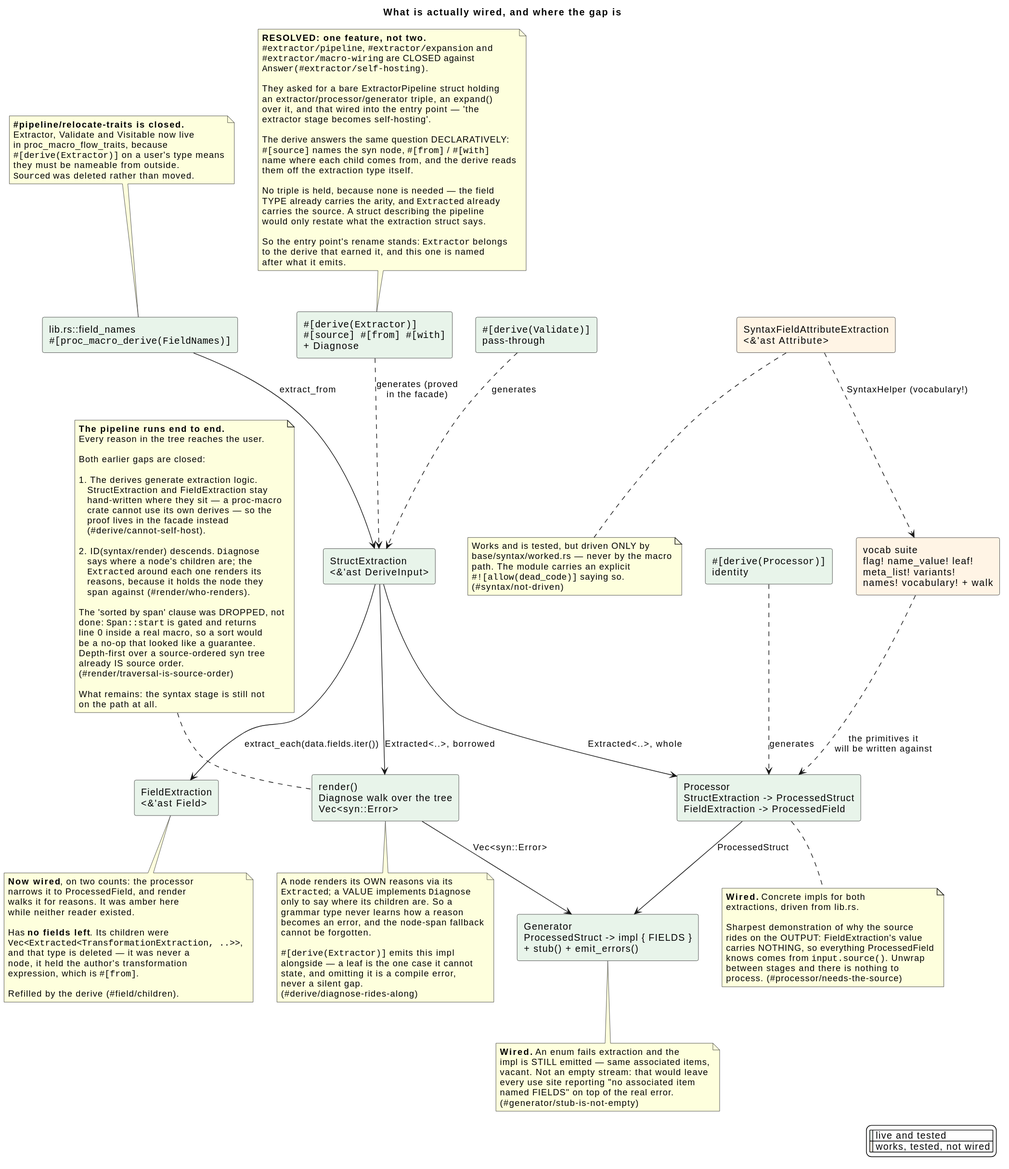
Above: docs/design/03-pipeline-status.svg in nzuzomagagula/proc-macro-flow (PlantUML), before the change.
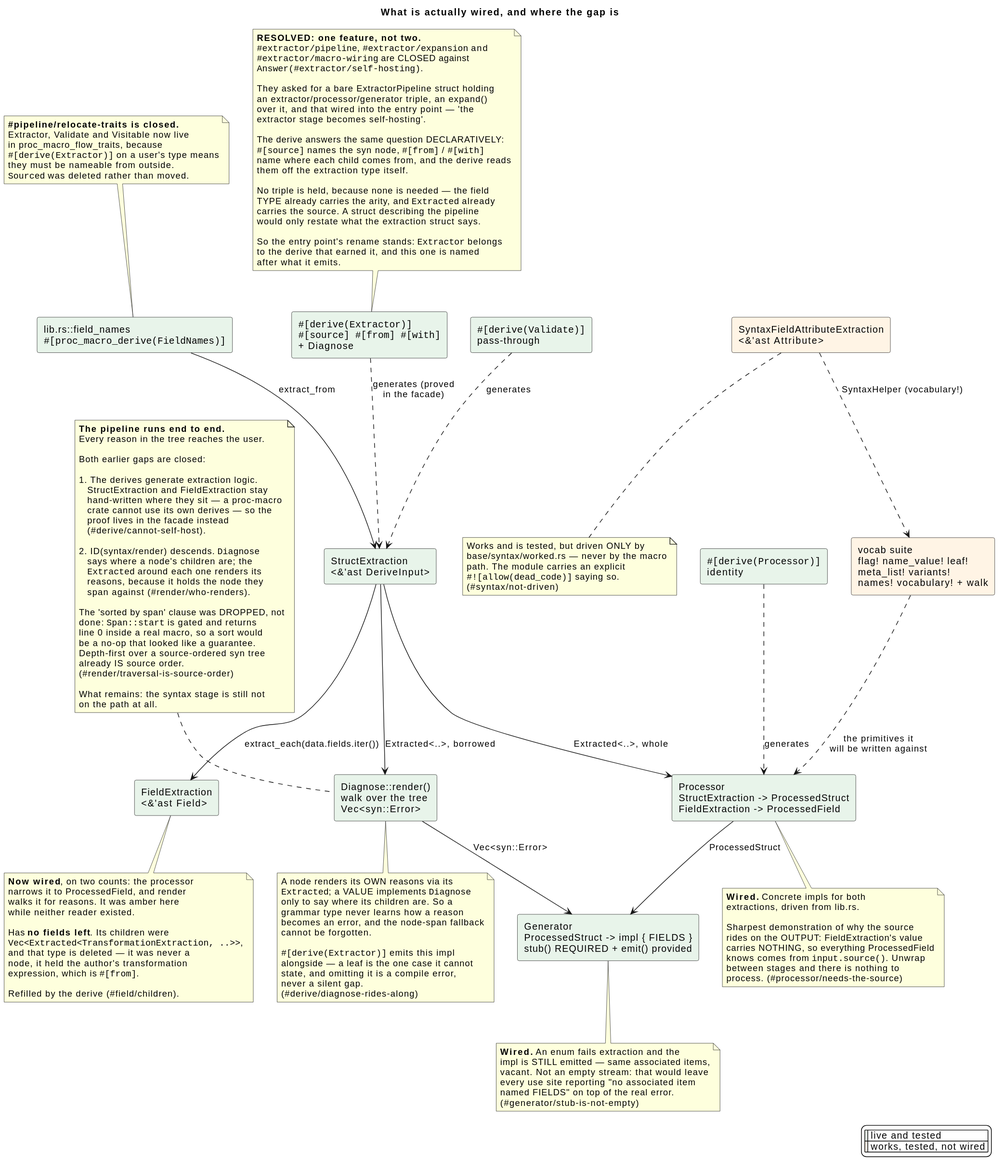
After the change.

Change to the diagram source:
```diff
@@ -13,9 +13,9 @@
 rectangle "vocab suite\nflag! name_value! leaf!\nmeta_list! variants!\nnames! vocabulary! + walk" as V #FFF4E5
 
 rectangle "Processor\nStructExtraction -> ProcessedStruct\nFieldExtraction  -> ProcessedField" as P #E8F4EA
-rectangle "Generator\nProcessedStruct -> impl { FIELDS }\n+ stub() + emit_errors()" as G #E8F4EA
+rectangle "Generator\nProcessedStruct -> impl { FIELDS }\nstub() REQUIRED + emit() provided" as G #E8F4EA
 
-rectangle "render()\nDiagnose walk over the tree\nVec<syn::Error>" as R #E8F4EA
+rectangle "Diagnose::render()\nwalk over the tree\nVec<syn::Error>" as R #E8F4EA
 
 rectangle """#[derive(Extractor)]""\n""#[source] #[from] #[with]""\n+ Diagnose" as DE #E8F4EA
 rectangle """#[derive(Processor)]""\nidentity" as DP #E8F4EA
```
